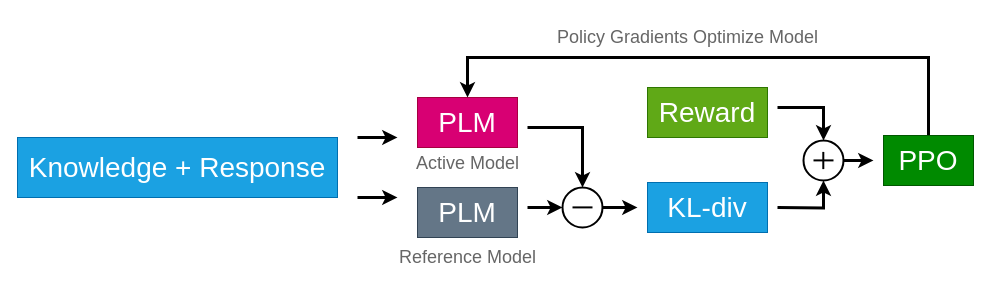
Before: figs/rl.drawio in AmourWaltz/FactDial, a draw.io diagram. Source tidied: cells renumbered, new cells numbered last; positions are measured from the earlier drawing's top-left corner, leaving out a move shared by most shapes. Both pictures are drawn from the tidied source at 100%, with x=0, y=0 at pixel (17, 17).
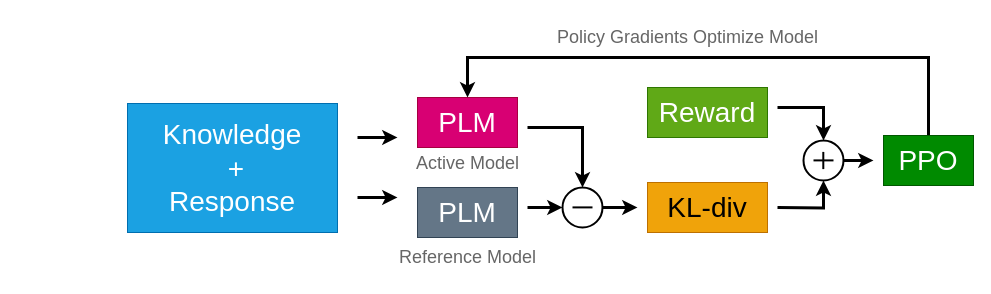
After the change.

What changed in the source:
```diff
@@
-    <mxCell id="2" value="&lt;font style=&quot;font-size: 28px;&quot;&gt;Knowledge + Response&lt;/font&gt;" style="rounded=0;whiteSpace=wrap;html=1;fillColor=#1ba1e2;fontColor=#ffffff;strokeColor=#006EAF;" parent="1" vertex="1">
-      <mxGeometry y="120" width="320" height="60" as="geometry" />
+    <mxCell id="2" value="&lt;font style=&quot;font-size: 28px;&quot;&gt;Knowledge&lt;br&gt;&amp;nbsp;+ &lt;br&gt;Response&lt;/font&gt;" style="rounded=0;whiteSpace=wrap;html=1;fillColor=#1ba1e2;fontColor=#ffffff;strokeColor=#006EAF;" parent="1" vertex="1">
+      <mxGeometry x="110" y="86" width="210" height="129" as="geometry" />
     </mxCell>
@@
-    <mxCell id="14" value="&lt;font style=&quot;font-size: 28px;&quot;&gt;KL-div&lt;/font&gt;" style="rounded=0;whiteSpace=wrap;html=1;fillColor=#1ba1e2;strokeColor=#006EAF;fontColor=#ffffff;" parent="1" vertex="1">
+    <mxCell id="14" value="&lt;font style=&quot;font-size: 28px;&quot;&gt;KL-div&lt;/font&gt;" style="rounded=0;whiteSpace=wrap;html=1;fillColor=#f0a30a;strokeColor=#BD7000;fontColor=#000000;" parent="1" vertex="1">
       <mxGeometry x="630" y="165" width="120" height="50" as="geometry" />
     </mxCell>
```
